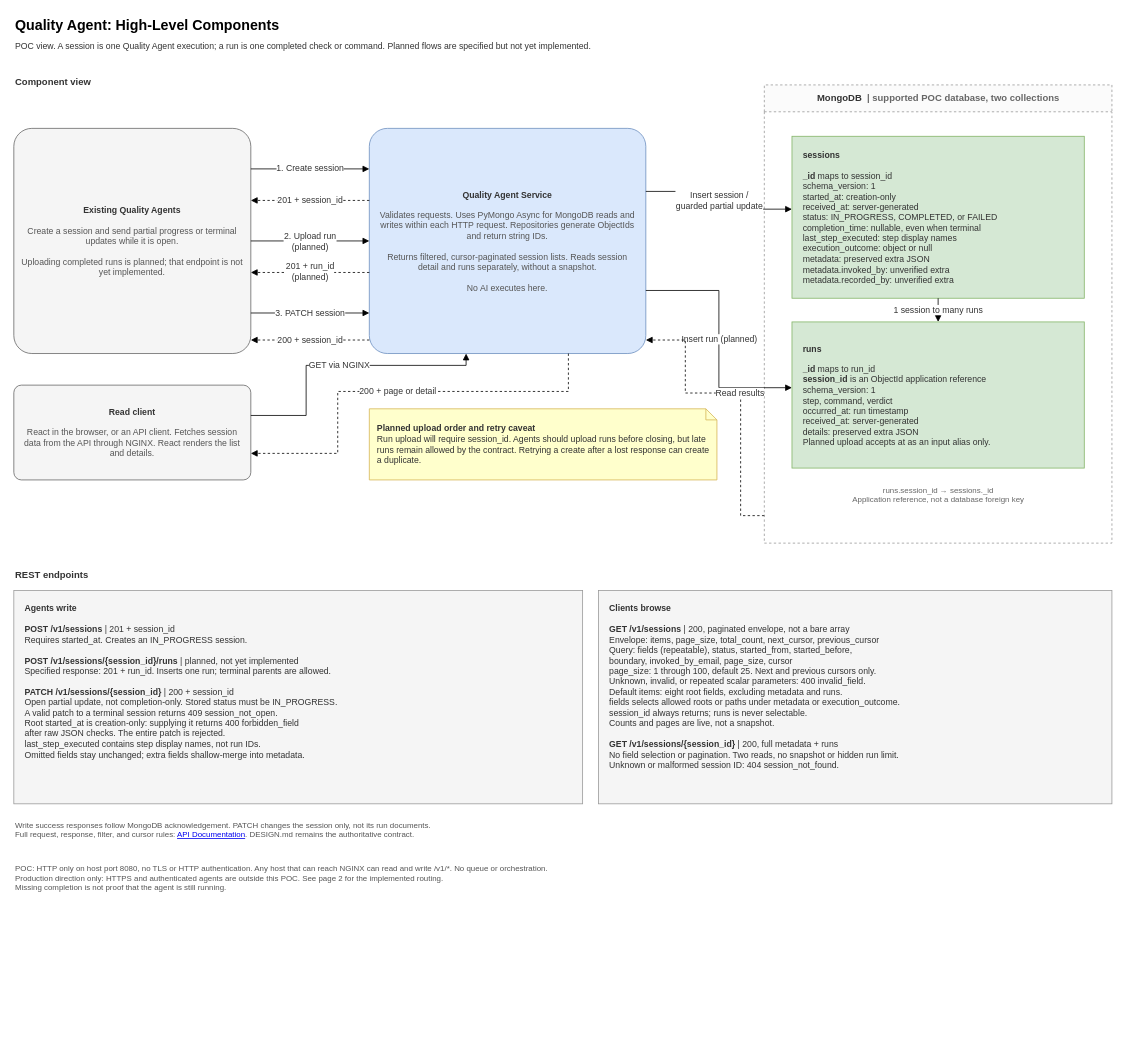
The draw.io diagram page "1. High-Level Components" (1 of 2) of docs/architecture/quality-agent-architecture.drawio in pradeep-ganesh-21/quality-agent-service, before the edit. Source tidied: cells renumbered, new cells numbered last; positions are measured from the earlier drawing's top-left corner, leaving out a move shared by most shapes. Both pictures are drawn from the tidied source at 79%, with x=0, y=0 at pixel (13, 13).
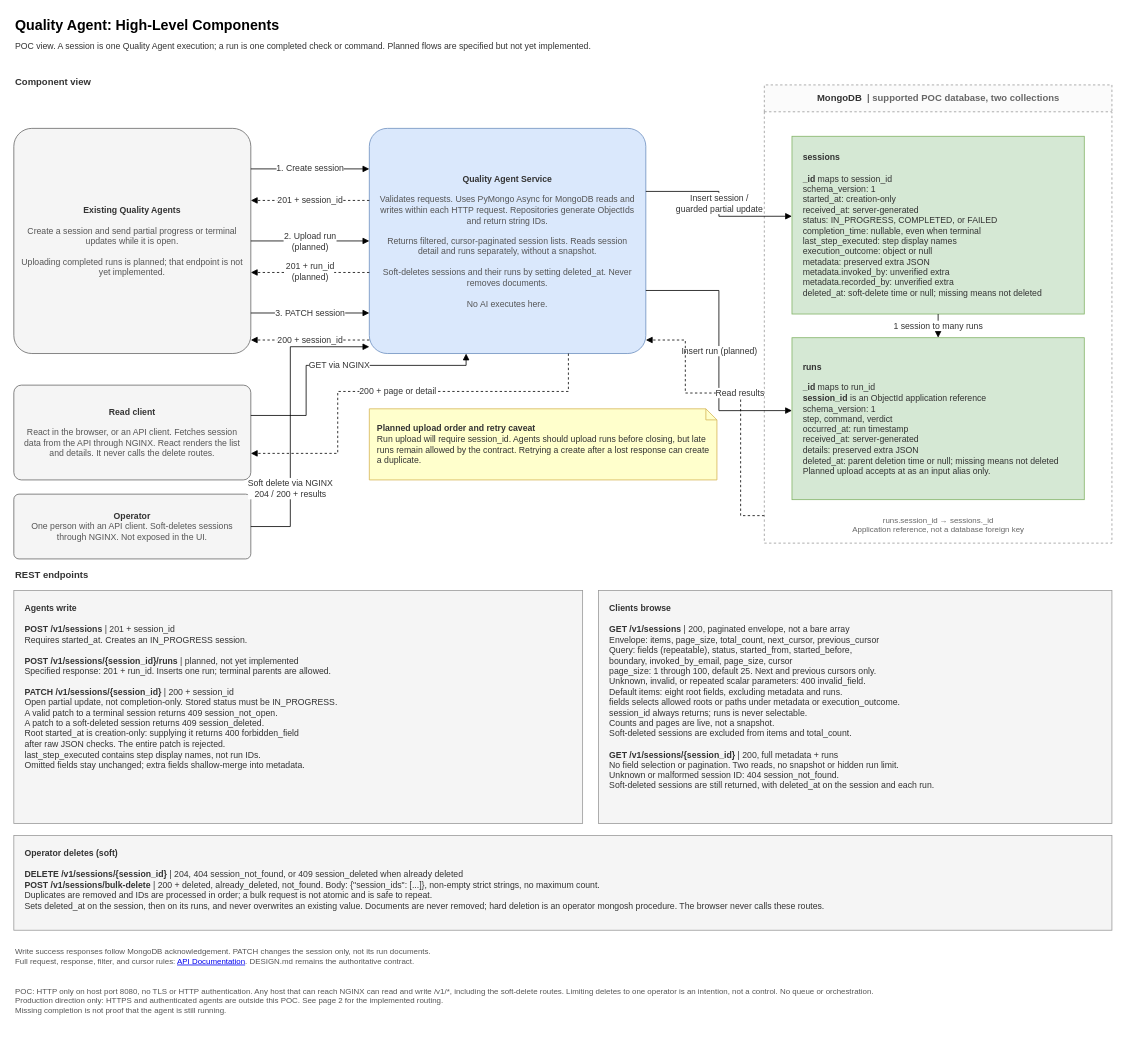
The same page after the edit.

The change refers to these unchanged cells:
```xml
<mxCell id="8" value="&lt;b&gt;MongoDB&lt;/b&gt;&lt;font color=&quot;#666666&quot;&gt;&amp;nbsp; | supported POC database, two collections&lt;/font&gt;" style="swimlane;html=1;startSize=34;fillColor=#fbfbfb;strokeColor=#999999;dashed=1;fontSize=12;align=center;verticalAlign=middle;fontColor=#333333;fontFamily=Helvetica;shadow=0;" parent="1" vertex="1">
  <mxGeometry x="950" y="90" width="440" height="580" as="geometry" />
</mxCell>
```

The edit, as a diff of the source:
```diff
@@
-    <mxCell id="6" value="&lt;b&gt;Quality Agent Service&lt;/b&gt;&lt;br&gt;&lt;br&gt;&lt;font color=&quot;#555555&quot;&gt;Validates requests. Uses PyMongo Async for MongoDB reads and writes within each HTTP request. Repositories generate ObjectIds and return string IDs.&lt;br&gt;&lt;br&gt;Returns filtered, cursor-paginated session lists. Reads session detail and runs separately, without a snapshot.&lt;br&gt;&lt;br&gt;No AI executes here.&lt;/font&gt;" style="rounded=1;whiteSpace=wrap;html=1;fillColor=#dae8fc;strokeColor=#6c8ebf;align=center;verticalAlign=middle;fontSize=11;arcSize=8;fontColor=#333333;fontFamily=Helvetica;shadow=0;spacing=10;" parent="1" vertex="1">
+    <mxCell id="6" value="&lt;b&gt;Quality Agent Service&lt;/b&gt;&lt;br&gt;&lt;br&gt;&lt;font color=&quot;#555555&quot;&gt;Validates requests. Uses PyMongo Async for MongoDB reads and writes within each HTTP request. Repositories generate ObjectIds and return string IDs.&lt;br&gt;&lt;br&gt;Returns filtered, cursor-paginated session lists. Reads session detail and runs separately, without a snapshot.&lt;br&gt;&lt;br&gt;Soft-deletes sessions and their runs by setting deleted_at. Never removes documents.&lt;br&gt;&lt;br&gt;No AI executes here.&lt;/font&gt;" style="rounded=1;whiteSpace=wrap;html=1;fillColor=#dae8fc;strokeColor=#6c8ebf;align=center;verticalAlign=middle;fontSize=11;arcSize=8;fontColor=#333333;fontFamily=Helvetica;shadow=0;spacing=10;" parent="1" vertex="1">
       <mxGeometry x="450" y="145" width="350" height="285" as="geometry" />
     </mxCell>
-    <mxCell id="7" value="&lt;b&gt;Read client&lt;/b&gt;&lt;br&gt;&lt;br&gt;&lt;font color=&quot;#555555&quot;&gt;React in the browser, or an API client. Fetches session data from the API through NGINX. React renders the list and details.&lt;/font&gt;" style="rounded=1;whiteSpace=wrap;html=1;fillColor=#f5f5f5;strokeColor=#666666;align=center;verticalAlign=middle;fontSize=11;arcSize=8;fontColor=#333333;fontFamily=Helvetica;shadow=0;spacing=8;" parent="1" vertex="1">
+    <mxCell id="7" value="&lt;b&gt;Read client&lt;/b&gt;&lt;br&gt;&lt;br&gt;&lt;font color=&quot;#555555&quot;&gt;React in the browser, or an API client. Fetches session data from the API through NGINX. React renders the list and details. It never calls the delete routes.&lt;/font&gt;" style="rounded=1;whiteSpace=wrap;html=1;fillColor=#f5f5f5;strokeColor=#666666;align=center;verticalAlign=middle;fontSize=11;arcSize=8;fontColor=#333333;fontFamily=Helvetica;shadow=0;spacing=8;" parent="1" vertex="1">
       <mxGeometry y="470" width="300" height="120" as="geometry" />
     </mxCell>
@@
-    <mxCell id="9" value="&lt;b&gt;sessions&lt;/b&gt;&lt;br&gt;&lt;br&gt;&lt;b&gt;_id&lt;/b&gt; maps to session_id&lt;br&gt;schema_version: 1&lt;br&gt;started_at: creation-only&lt;br&gt;received_at: server-generated&lt;br&gt;status: IN_PROGRESS, COMPLETED, or FAILED&lt;br&gt;completion_time: nullable, even when terminal&lt;br&gt;last_step_executed: step display names&lt;br&gt;execution_outcome: object or null&lt;br&gt;metadata: preserved extra JSON&lt;br&gt;metadata.invoked_by: unverified extra&lt;br&gt;metadata.recorded_by: unverified extra" style="rounded=0;whiteSpace=wrap;html=1;fillColor=#d5e8d4;strokeColor=#82b366;align=left;verticalAlign=middle;fontSize=11;fontColor=#333333;fontFamily=Helvetica;shadow=0;spacingLeft=12;spacingRight=8;" parent="8" vertex="1">
-      <mxGeometry x="35" y="65" width="370" height="205" as="geometry" />
+    <mxCell id="9" value="&lt;b&gt;sessions&lt;/b&gt;&lt;br&gt;&lt;br&gt;&lt;b&gt;_id&lt;/b&gt; maps to session_id&lt;br&gt;schema_version: 1&lt;br&gt;started_at: creation-only&lt;br&gt;received_at: server-generated&lt;br&gt;status: IN_PROGRESS, COMPLETED, or FAILED&lt;br&gt;completion_time: nullable, even when terminal&lt;br&gt;last_step_executed: step display names&lt;br&gt;execution_outcome: object or null&lt;br&gt;metadata: preserved extra JSON&lt;br&gt;metadata.invoked_by: unverified extra&lt;br&gt;metadata.recorded_by: unverified extra&lt;br&gt;deleted_at: soft-delete time or null; missing means not deleted" style="rounded=0;whiteSpace=wrap;html=1;fillColor=#d5e8d4;strokeColor=#82b366;align=left;verticalAlign=middle;fontSize=11;fontColor=#333333;fontFamily=Helvetica;shadow=0;spacingLeft=12;spacingRight=8;" parent="8" vertex="1">
+      <mxGeometry x="35" y="65" width="370" height="225" as="geometry" />
     </mxCell>
-    <mxCell id="10" value="&lt;b&gt;runs&lt;/b&gt;&lt;br&gt;&lt;br&gt;&lt;b&gt;_id&lt;/b&gt; maps to run_id&lt;br&gt;&lt;b&gt;session_id&lt;/b&gt; is an ObjectId application reference&lt;br&gt;schema_version: 1&lt;br&gt;step, command, verdict&lt;br&gt;occurred_at: run timestamp&lt;br&gt;received_at: server-generated&lt;br&gt;details: preserved extra JSON&lt;br&gt;Planned upload accepts at as an input alias only." style="rounded=0;whiteSpace=wrap;html=1;fillColor=#d5e8d4;strokeColor=#82b366;align=left;verticalAlign=middle;fontSize=11;fontColor=#333333;fontFamily=Helvetica;shadow=0;spacingLeft=12;spacingRight=8;" parent="8" vertex="1">
-      <mxGeometry x="35" y="300" width="370" height="185" as="geometry" />
+    <mxCell id="10" value="&lt;b&gt;runs&lt;/b&gt;&lt;br&gt;&lt;br&gt;&lt;b&gt;_id&lt;/b&gt; maps to run_id&lt;br&gt;&lt;b&gt;session_id&lt;/b&gt; is an ObjectId application reference&lt;br&gt;schema_version: 1&lt;br&gt;step, command, verdict&lt;br&gt;occurred_at: run timestamp&lt;br&gt;received_at: server-generated&lt;br&gt;details: preserved extra JSON&lt;br&gt;deleted_at: parent deletion time or null; missing means not deleted&lt;br&gt;Planned upload accepts at as an input alias only." style="rounded=0;whiteSpace=wrap;html=1;fillColor=#d5e8d4;strokeColor=#82b366;align=left;verticalAlign=middle;fontSize=11;fontColor=#333333;fontFamily=Helvetica;shadow=0;spacingLeft=12;spacingRight=8;" parent="8" vertex="1">
+      <mxGeometry x="35" y="320" width="370" height="205" as="geometry" />
     </mxCell>
@@
     <mxCell id="12" value="runs.session_id → sessions._id&lt;br&gt;Application reference, not a database foreign key" style="text;html=1;strokeColor=none;fillColor=none;align=center;verticalAlign=middle;fontSize=10;fontFamily=Helvetica;shadow=0;fontColor=#666666;" parent="8" vertex="1">
-      <mxGeometry x="35" y="500" width="370" height="38" as="geometry" />
+      <mxGeometry x="35" y="538" width="370" height="38" as="geometry" />
     </mxCell>
@@
-    <mxCell id="26" value="&lt;b&gt;Agents write&lt;/b&gt;&lt;br&gt;&lt;br&gt;&lt;b&gt;POST /v1/sessions&lt;/b&gt; | 201 + session_id&lt;br&gt;Requires started_at. Creates an IN_PROGRESS session.&lt;br&gt;&lt;br&gt;&lt;b&gt;POST /v1/sessions/{session_id}/runs&lt;/b&gt; | planned, not yet implemented&lt;br&gt;Specified response: 201 + run_id. Inserts one run; terminal parents are allowed.&lt;br&gt;&lt;br&gt;&lt;b&gt;PATCH /v1/sessions/{session_id}&lt;/b&gt; | 200 + session_id&lt;br&gt;Open partial update, not completion-only. Stored status must be IN_PROGRESS.&lt;br&gt;A valid patch to a terminal session returns 409 session_not_open.&lt;br&gt;Root started_at is creation-only: supplying it returns 400 forbidden_field&lt;br&gt;after raw JSON checks. The entire patch is rejected.&lt;br&gt;last_step_executed contains step display names, not run IDs.&lt;br&gt;Omitted fields stay unchanged; extra fields shallow-merge into metadata." style="rounded=0;whiteSpace=wrap;html=1;fillColor=#f5f5f5;strokeColor=#999999;align=left;verticalAlign=top;fontSize=11;fontColor=#333333;fontFamily=Helvetica;shadow=0;spacingTop=10;spacingLeft=12;spacingRight=10;" parent="1" vertex="1">
-      <mxGeometry y="730" width="720" height="270" as="geometry" />
+    <mxCell id="26" value="&lt;b&gt;Agents write&lt;/b&gt;&lt;br&gt;&lt;br&gt;&lt;b&gt;POST /v1/sessions&lt;/b&gt; | 201 + session_id&lt;br&gt;Requires started_at. Creates an IN_PROGRESS session.&lt;br&gt;&lt;br&gt;&lt;b&gt;POST /v1/sessions/{session_id}/runs&lt;/b&gt; | planned, not yet implemented&lt;br&gt;Specified response: 201 + run_id. Inserts one run; terminal parents are allowed.&lt;br&gt;&lt;br&gt;&lt;b&gt;PATCH /v1/sessions/{session_id}&lt;/b&gt; | 200 + session_id&lt;br&gt;Open partial update, not completion-only. Stored status must be IN_PROGRESS.&lt;br&gt;A valid patch to a terminal session returns 409 session_not_open.&lt;br&gt;A patch to a soft-deleted session returns 409 session_deleted.&lt;br&gt;Root started_at is creation-only: supplying it returns 400 forbidden_field&lt;br&gt;after raw JSON checks. The entire patch is rejected.&lt;br&gt;last_step_executed contains step display names, not run IDs.&lt;br&gt;Omitted fields stay unchanged; extra fields shallow-merge into metadata." style="rounded=0;whiteSpace=wrap;html=1;fillColor=#f5f5f5;strokeColor=#999999;align=left;verticalAlign=top;fontSize=11;fontColor=#333333;fontFamily=Helvetica;shadow=0;spacingTop=10;spacingLeft=12;spacingRight=10;" parent="1" vertex="1">
+      <mxGeometry y="730" width="720" height="295" as="geometry" />
     </mxCell>
-    <mxCell id="27" value="&lt;b&gt;Clients browse&lt;/b&gt;&lt;br&gt;&lt;br&gt;&lt;b&gt;GET /v1/sessions&lt;/b&gt; | 200, paginated envelope, not a bare array&lt;br&gt;Envelope: items, page_size, total_count, next_cursor, previous_cursor&lt;br&gt;Query: fields (repeatable), status, started_from, started_before,&lt;br&gt;boundary, invoked_by_email, page_size, cursor&lt;br&gt;page_size: 1 through 100, default 25. Next and previous cursors only.&lt;br&gt;Unknown, invalid, or repeated scalar parameters: 400 invalid_field.&lt;br&gt;Default items: eight root fields, excluding metadata and runs.&lt;br&gt;fields selects allowed roots or paths under metadata or execution_outcome.&lt;br&gt;session_id always returns; runs is never selectable.&lt;br&gt;Counts and pages are live, not a snapshot.&lt;br&gt;&lt;br&gt;&lt;b&gt;GET /v1/sessions/{session_id}&lt;/b&gt; | 200, full metadata + runs&lt;br&gt;No field selection or pagination. Two reads, no snapshot or hidden run limit.&lt;br&gt;Unknown or malformed session ID: 404 session_not_found." style="rounded=0;whiteSpace=wrap;html=1;fillColor=#f5f5f5;strokeColor=#999999;align=left;verticalAlign=top;fontSize=11;fontColor=#333333;fontFamily=Helvetica;shadow=0;spacingTop=10;spacingLeft=12;spacingRight=10;" parent="1" vertex="1">
-      <mxGeometry x="740" y="730" width="650" height="270" as="geometry" />
+    <mxCell id="27" value="&lt;b&gt;Clients browse&lt;/b&gt;&lt;br&gt;&lt;br&gt;&lt;b&gt;GET /v1/sessions&lt;/b&gt; | 200, paginated envelope, not a bare array&lt;br&gt;Envelope: items, page_size, total_count, next_cursor, previous_cursor&lt;br&gt;Query: fields (repeatable), status, started_from, started_before,&lt;br&gt;boundary, invoked_by_email, page_size, cursor&lt;br&gt;page_size: 1 through 100, default 25. Next and previous cursors only.&lt;br&gt;Unknown, invalid, or repeated scalar parameters: 400 invalid_field.&lt;br&gt;Default items: eight root fields, excluding metadata and runs.&lt;br&gt;fields selects allowed roots or paths under metadata or execution_outcome.&lt;br&gt;session_id always returns; runs is never selectable.&lt;br&gt;Counts and pages are live, not a snapshot.&lt;br&gt;Soft-deleted sessions are excluded from items and total_count.&lt;br&gt;&lt;br&gt;&lt;b&gt;GET /v1/sessions/{session_id}&lt;/b&gt; | 200, full metadata + runs&lt;br&gt;No field selection or pagination. Two reads, no snapshot or hidden run limit.&lt;br&gt;Unknown or malformed session ID: 404 session_not_found.&lt;br&gt;Soft-deleted sessions are still returned, with deleted_at on the session and each run." style="rounded=0;whiteSpace=wrap;html=1;fillColor=#f5f5f5;strokeColor=#999999;align=left;verticalAlign=top;fontSize=11;fontColor=#333333;fontFamily=Helvetica;shadow=0;spacingTop=10;spacingLeft=12;spacingRight=10;" parent="1" vertex="1">
+      <mxGeometry x="740" y="730" width="650" height="295" as="geometry" />
     </mxCell>
     <mxCell id="28" value="Write success responses follow MongoDB acknowledgement. PATCH changes the session only, not its run documents.&lt;br&gt;Full request, response, filter, and cursor rules: &lt;a href=&quot;https://hyland.atlassian.net/wiki/spaces/~712020240b4655f2f94280b58c2de40b6148a7/pages/4341235845/API+Documentation&quot;&gt;API Documentation&lt;/a&gt;. DESIGN.md remains the authoritative contract." style="text;html=1;strokeColor=none;fillColor=none;align=left;verticalAlign=top;fontSize=10;fontFamily=Helvetica;shadow=0;fontColor=#555555;whiteSpace=wrap;" parent="1" vertex="1">
-      <mxGeometry y="1015" width="1390" height="38" as="geometry" />
+      <mxGeometry y="1175" width="1390" height="38" as="geometry" />
     </mxCell>
-    <mxCell id="29" value="POC: HTTP only on host port 8080, no TLS or HTTP authentication. Any host that can reach NGINX can read and write /v1/*. No queue or orchestration.&lt;br&gt;Production direction only: HTTPS and authenticated agents are outside this POC. See page 2 for the implemented routing.&lt;br&gt;Missing completion is not proof that the agent is still running." style="text;html=1;strokeColor=none;fillColor=none;align=left;verticalAlign=top;fontSize=10;fontFamily=Helvetica;shadow=0;fontColor=#555555;whiteSpace=wrap;" parent="1" vertex="1">
-      <mxGeometry y="1070" width="1390" height="62" as="geometry" />
+    <mxCell id="29" value="POC: HTTP only on host port 8080, no TLS or HTTP authentication. Any host that can reach NGINX can read and write /v1/*, including the soft-delete routes. Limiting deletes to one operator is an intention, not a control. No queue or orchestration.&lt;br&gt;Production direction only: HTTPS and authenticated agents are outside this POC. See page 2 for the implemented routing.&lt;br&gt;Missing completion is not proof that the agent is still running." style="text;html=1;strokeColor=none;fillColor=none;align=left;verticalAlign=top;fontSize=10;fontFamily=Helvetica;shadow=0;fontColor=#555555;whiteSpace=wrap;" parent="1" vertex="1">
+      <mxGeometry y="1225" width="1390" height="78" as="geometry" />
     </mxCell>
+    <mxCell id="30" value="&lt;b&gt;Operator&lt;/b&gt;&lt;br&gt;&lt;font color=&quot;#555555&quot;&gt;One person with an API client. Soft-deletes sessions through NGINX. Not exposed in the UI.&lt;/font&gt;" style="rounded=1;whiteSpace=wrap;html=1;fillColor=#f5f5f5;strokeColor=#666666;align=center;verticalAlign=middle;fontSize=11;arcSize=8;fontColor=#333333;fontFamily=Helvetica;shadow=0;spacing=8;" parent="1" vertex="1">
+      <mxGeometry y="608" width="300" height="82" as="geometry" />
+    </mxCell>
+    <mxCell id="31" value="&lt;b&gt;Operator deletes (soft)&lt;/b&gt;&lt;br&gt;&lt;br&gt;&lt;b&gt;DELETE /v1/sessions/{session_id}&lt;/b&gt; | 204, 404 session_not_found, or 409 session_deleted when already deleted&lt;br&gt;&lt;b&gt;POST /v1/sessions/bulk-delete&lt;/b&gt; | 200 + deleted, already_deleted, not_found. Body: {&quot;session_ids&quot;: [...]}, non-empty strict strings, no maximum count.&lt;br&gt;Duplicates are removed and IDs are processed in order; a bulk request is not atomic and is safe to repeat.&lt;br&gt;Sets deleted_at on the session, then on its runs, and never overwrites an existing value. Documents are never removed; hard deletion is an operator mongosh procedure. The browser never calls these routes." style="rounded=0;whiteSpace=wrap;html=1;fillColor=#f5f5f5;strokeColor=#999999;align=left;verticalAlign=top;fontSize=11;fontColor=#333333;fontFamily=Helvetica;shadow=0;spacingTop=10;spacingLeft=12;spacingRight=10;" parent="1" vertex="1">
+      <mxGeometry y="1040" width="1390" height="120" as="geometry" />
+    </mxCell>
+    <mxCell id="32" value="Soft delete via NGINX&lt;br&gt;204 / 200 + results" style="edgeStyle=orthogonalEdgeStyle;rounded=0;html=1;fontSize=11;labelBackgroundColor=#ffffff;exitX=1;exitY=0.5;entryX=0;entryY=0.97;endArrow=block;endFill=1;fontColor=#333333;fontFamily=Helvetica;shadow=0;" parent="1" edge="1" source="30" target="6">
+      <mxGeometry x="-0.48" relative="1" as="geometry">
+        <Array as="points">
+          <mxPoint x="350" y="649" />
+          <mxPoint x="350" y="421.5" />
+        </Array>
+      </mxGeometry>
+    </mxCell>
```
